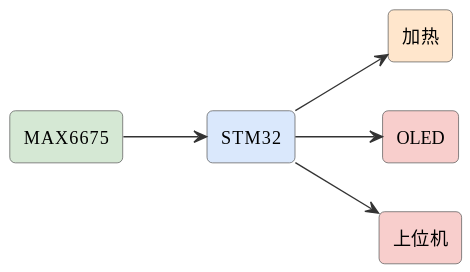
Above: assets/diagrams/ideas-fig81.svg in mingyi0818/IntelligentMcuCourse (PlantUML), before the change.
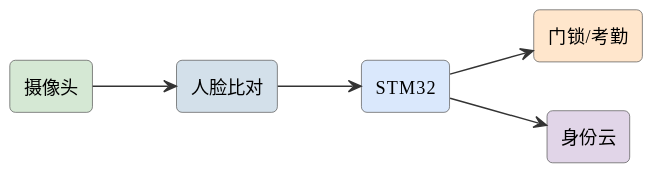
The same diagram one commit later.

The edit, as a diff of the source:
```diff
@@ -6,13 +6,13 @@
 skinparam arrowFontSize 11
 skinparam arrowColor #333
 left to right direction
-rectangle "MAX6675" as tc #d5e8d4
+rectangle "摄像头" as cam #d5e8d4
+rectangle "人脸比对" as face #d3e0ea
 rectangle "STM32" as stm #dae8fc
-rectangle "加热" as heat #ffe6cc
-rectangle "OLED" as oled #f8cecc
-rectangle "上位机" as pc #f8cecc
-tc --> stm
-stm --> heat
-stm --> oled
-stm --> pc
+rectangle "门锁/考勤" as lock #ffe6cc
+rectangle "身份云" as cloud #e1d5e8
+cam --> face
+face --> stm
+stm --> lock
+stm --> cloud
 @enduml
```
